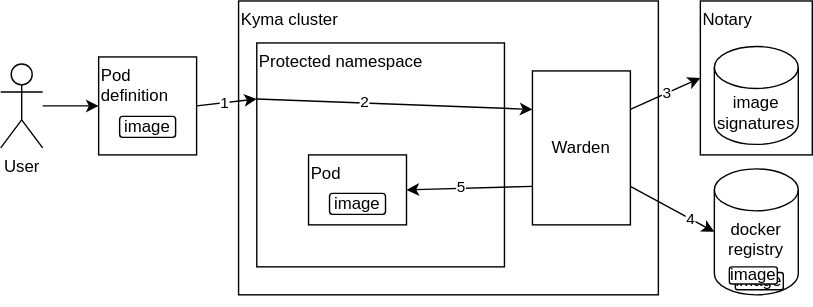
Earlier version of the draw.io export docs/assets/user_architecture.svg (kyma-project/warden). Source tidied: cells renumbered, new cells last; positions are measured from the earlier drawing's top-left corner, leaving out a move shared by most shapes. Its diagram source:
```xml
<mxGraphModel>
  <root>
    <mxCell id="0" />
    <mxCell id="1" parent="0" />
    <mxCell id="2" value="Kyma cluster" style="whiteSpace=wrap;html=1;align=left;verticalAlign=top;" parent="1" vertex="1">
      <mxGeometry x="170" width="300" height="210" as="geometry" />
    </mxCell>
    <mxCell id="3" value="User" style="shape=umlActor;verticalLabelPosition=bottom;verticalAlign=top;html=1;outlineConnect=0;" parent="1" vertex="1">
      <mxGeometry y="45" width="30" height="60" as="geometry" />
    </mxCell>
    <mxCell id="4" value="Protected namespace" style="rounded=0;whiteSpace=wrap;html=1;align=left;verticalAlign=top;" parent="1" vertex="1">
      <mxGeometry x="183" y="30" width="177" height="160" as="geometry" />
    </mxCell>
    <mxCell id="5" value="Warden" style="rounded=0;whiteSpace=wrap;html=1;" parent="1" vertex="1">
      <mxGeometry x="380" y="50" width="70" height="110" as="geometry" />
    </mxCell>
    <mxCell id="6" style="endArrow=classic;html=1;rounded=0;entryX=0;entryY=0.5;entryDx=0;entryDy=0;" parent="1" edge="1" source="3" target="21">
      <mxGeometry relative="1" as="geometry" />
    </mxCell>
    <mxCell id="7" style="endArrow=classic;html=1;rounded=0;entryX=0;entryY=0.25;entryDx=0;entryDy=0;exitX=1;exitY=0.5;exitDx=0;exitDy=0;" parent="1" edge="1" source="21" target="4">
      <mxGeometry relative="1" as="geometry" />
    </mxCell>
    <mxCell id="8" value="1" style="edgeLabel;html=1;align=center;verticalAlign=middle;" parent="7" vertex="1">
      <mxGeometry x="-0.11" relative="1" as="geometry" />
    </mxCell>
    <mxCell id="9" style="endArrow=classic;html=1;rounded=0;entryX=0;entryY=0.25;entryDx=0;entryDy=0;exitX=0;exitY=0.25;exitDx=0;exitDy=0;" parent="1" edge="1" source="4" target="5">
      <mxGeometry relative="1" as="geometry" />
    </mxCell>
    <mxCell id="10" value="2" style="edgeLabel;html=1;align=center;verticalAlign=middle;" parent="9" vertex="1">
      <mxGeometry x="-0.22" y="1" relative="1" as="geometry" />
    </mxCell>
    <mxCell id="11" style="endArrow=classic;html=1;rounded=0;entryX=0;entryY=0.5;entryDx=0;entryDy=0;exitX=1;exitY=0.25;exitDx=0;exitDy=0;" parent="1" edge="1" source="5" target="18">
      <mxGeometry relative="1" as="geometry" />
    </mxCell>
    <mxCell id="12" value="3" style="edgeLabel;html=1;align=center;verticalAlign=middle;" parent="11" vertex="1">
      <mxGeometry x="0.02" relative="1" as="geometry" />
    </mxCell>
    <mxCell id="13" style="endArrow=classic;html=1;rounded=0;entryX=1;entryY=0.5;entryDx=0;entryDy=0;exitX=0;exitY=0.75;exitDx=0;exitDy=0;" parent="1" edge="1" source="5" target="24">
      <mxGeometry relative="1" as="geometry" />
    </mxCell>
    <mxCell id="14" value="5" style="edgeLabel;html=1;align=center;verticalAlign=middle;" parent="13" vertex="1">
      <mxGeometry x="0.13" y="-1" relative="1" as="geometry" />
    </mxCell>
    <mxCell id="15" style="endArrow=classic;html=1;rounded=0;entryX=0;entryY=0.5;entryDx=0;entryDy=0;exitX=1;exitY=0.75;exitDx=0;exitDy=0;entryPerimeter=0;" parent="1" edge="1" source="5" target="27">
      <mxGeometry relative="1" as="geometry" />
    </mxCell>
    <mxCell id="16" value="4" style="edgeLabel;html=1;align=center;verticalAlign=middle;" parent="15" vertex="1">
      <mxGeometry x="0.43" relative="1" as="geometry" />
    </mxCell>
    <mxCell id="17" style="group;" parent="1" vertex="1">
      <mxGeometry x="500" width="80" height="110" as="geometry" />
    </mxCell>
    <mxCell id="18" value="Notary" style="rounded=0;whiteSpace=wrap;html=1;align=left;verticalAlign=top;" parent="17" vertex="1">
      <mxGeometry width="80" height="110" as="geometry" />
    </mxCell>
    <mxCell id="19" value="image signatures" style="shape=cylinder3;whiteSpace=wrap;html=1;boundedLbl=1;backgroundOutline=1;size=15;" parent="17" vertex="1">
      <mxGeometry x="10" y="32.5" width="60" height="70" as="geometry" />
    </mxCell>
    <mxCell id="20" style="group;" parent="1" vertex="1">
      <mxGeometry x="70" y="40" width="70" height="70" as="geometry" />
    </mxCell>
    <mxCell id="21" value="Pod definition" style="rounded=0;whiteSpace=wrap;html=1;align=left;verticalAlign=top;" parent="20" vertex="1">
      <mxGeometry width="70" height="70" as="geometry" />
    </mxCell>
    <mxCell id="22" value="image" style="rounded=1;whiteSpace=wrap;html=1;" parent="20" vertex="1">
      <mxGeometry x="15" y="42.5" width="40" height="15" as="geometry" />
    </mxCell>
    <mxCell id="23" style="group;" parent="1" vertex="1">
      <mxGeometry x="220" y="110" width="70" height="50" as="geometry" />
    </mxCell>
    <mxCell id="24" value="Pod" style="rounded=0;whiteSpace=wrap;html=1;align=left;verticalAlign=top;" parent="23" vertex="1">
      <mxGeometry width="70" height="50" as="geometry" />
    </mxCell>
    <mxCell id="25" value="image" style="rounded=1;whiteSpace=wrap;html=1;" parent="23" vertex="1">
      <mxGeometry x="15" y="27.5" width="40" height="15" as="geometry" />
    </mxCell>
    <mxCell id="26" style="group;" parent="1" vertex="1">
      <mxGeometry x="510" y="120" width="60" height="90" as="geometry" />
    </mxCell>
    <mxCell id="27" value="docker registry" style="shape=cylinder3;whiteSpace=wrap;html=1;boundedLbl=1;backgroundOutline=1;size=15;align=center;verticalAlign=top;" parent="26" vertex="1">
      <mxGeometry width="60" height="90" as="geometry" />
    </mxCell>
    <mxCell id="28" value="image" style="rounded=1;whiteSpace=wrap;html=1;" parent="26" vertex="1">
      <mxGeometry x="15" y="74.1" width="34.3" height="12.3" as="geometry" />
    </mxCell>
    <mxCell id="29" value="image" style="rounded=1;whiteSpace=wrap;html=1;" parent="26" vertex="1">
      <mxGeometry x="10.7" y="70" width="34.3" height="12.3" as="geometry" />
    </mxCell>
    <mxCell id="30" style="edgeStyle=orthogonalEdgeStyle;rounded=0;orthogonalLoop=1;jettySize=auto;html=1;exitX=0.5;exitY=1;exitDx=0;exitDy=0;" parent="1" edge="1" source="2" target="2">
      <mxGeometry relative="1" as="geometry" />
    </mxCell>
  </root>
</mxGraphModel>
```
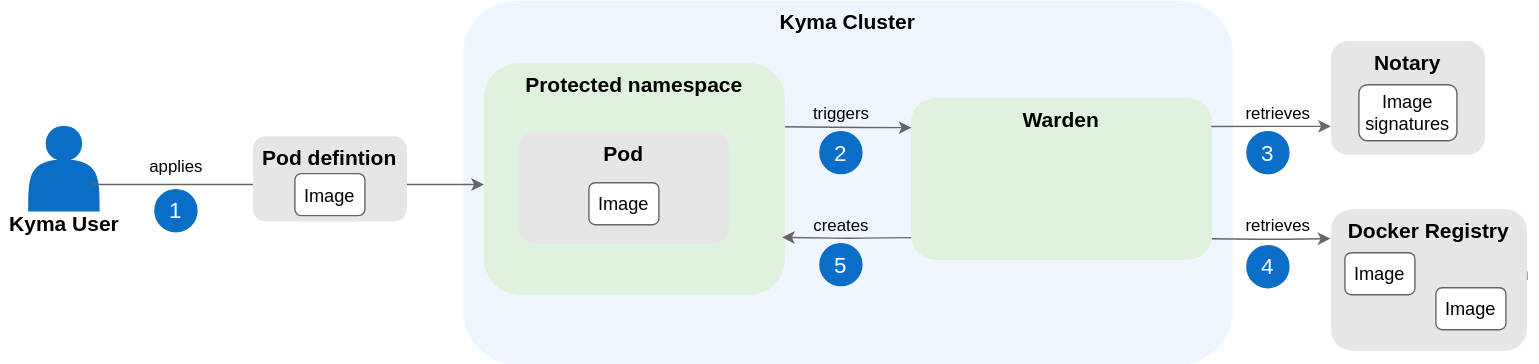
After the change.

The edit, as a diff of the source:
```diff
@@ -1,93 +1,135 @@
-<mxGraphModel>
+<mxGraphModel background="#FFFFFF">
   <root>
     <mxCell id="0" />
     <mxCell id="1" parent="0" />
-    <mxCell id="2" value="Kyma cluster" style="whiteSpace=wrap;html=1;align=left;verticalAlign=top;" parent="1" vertex="1">
-      <mxGeometry x="170" width="300" height="210" as="geometry" />
-    </mxCell>
-    <mxCell id="3" value="User" style="shape=umlActor;verticalLabelPosition=bottom;verticalAlign=top;html=1;outlineConnect=0;" parent="1" vertex="1">
-      <mxGeometry y="45" width="30" height="60" as="geometry" />
-    </mxCell>
+    <mxCell id="31" value="&lt;b style=&quot;color: rgb(0, 0, 0); font-size: 15px;&quot;&gt;&lt;font style=&quot;font-size: 15px;&quot;&gt;Kyma Cluster&lt;br style=&quot;font-size: 15px;&quot;&gt;&lt;/font&gt;&lt;/b&gt;" style="rounded=1;whiteSpace=wrap;html=1;fillColor=#F0F6FF;strokeColor=none;fontColor=#333333;verticalAlign=top;fontSize=15;" parent="1" vertex="1">
+      <mxGeometry x="60" y="-120" width="550" height="260" as="geometry" />
+    </mxCell>
+    <mxCell id="32" style="group;" parent="1" vertex="1">
+      <mxGeometry x="-270" y="-30" width="90" height="79" as="geometry" />
+    </mxCell>
+    <mxCell id="33" style="shape=actor;whiteSpace=wrap;html=1;fillColor=#0A6EC7;strokeColor=#0A6EC7;" parent="32" vertex="1">
+      <mxGeometry x="20" width="50" height="60" as="geometry" />
+    </mxCell>
+    <mxCell id="34" value="&lt;font style=&quot;font-size: 15px&quot;&gt;&lt;b&gt;Kyma User&lt;/b&gt;&lt;/font&gt;" style="text;html=1;align=center;verticalAlign=middle;fontSize=15;" parent="32" vertex="1">
+      <mxGeometry y="59" width="90" height="20" as="geometry" />
+    </mxCell>
-    <mxCell id="4" value="Protected namespace" style="rounded=0;whiteSpace=wrap;html=1;align=left;verticalAlign=top;" parent="1" vertex="1">
-      <mxGeometry x="183" y="30" width="177" height="160" as="geometry" />
+    <mxCell id="4" value="&lt;b style=&quot;color: rgb(0, 0, 0); font-size: 15px;&quot;&gt;Protected namespace&lt;br style=&quot;font-size: 15px;&quot;&gt;&lt;/b&gt;" style="rounded=1;whiteSpace=wrap;html=1;dashed=1;fillColor=#DEF2DD;strokeColor=none;verticalAlign=top;fontSize=15;" parent="1" vertex="1">
+      <mxGeometry x="75" y="-75.5" width="215" height="165.5" as="geometry" />
     </mxCell>
+    <mxCell id="24" value="&lt;b style=&quot;color: rgb(0, 0, 0); font-size: 15px;&quot;&gt;&lt;font style=&quot;font-size: 15px;&quot;&gt;Pod&lt;/font&gt;&lt;/b&gt;" style="rounded=1;whiteSpace=wrap;html=1;fillColor=#e6e6e6;strokeColor=none;fontColor=#333333;verticalAlign=top;fontSize=15;" parent="1" vertex="1">
+      <mxGeometry x="100" y="-26.5" width="150" height="80" as="geometry" />
+    </mxCell>
+    <mxCell id="10" value="&lt;font style=&quot;font-size: 16px&quot;&gt;2&lt;/font&gt;" style="ellipse;whiteSpace=wrap;html=1;labelBackgroundColor=#0A6ED1;fontColor=#FFFFFF;fillColor=#0A6EC7;strokeColor=#0A6EC7;" parent="1" vertex="1">
+      <mxGeometry x="315" y="-26.5" width="30" height="30" as="geometry" />
+    </mxCell>
+    <mxCell id="12" value="&lt;font style=&quot;font-size: 16px&quot;&gt;3&lt;/font&gt;" style="ellipse;whiteSpace=wrap;html=1;labelBackgroundColor=#0A6ED1;fontColor=#FFFFFF;fillColor=#0A6EC7;strokeColor=#0A6EC7;" parent="1" vertex="1">
+      <mxGeometry x="620" y="-26.5" width="30" height="30" as="geometry" />
+    </mxCell>
+    <mxCell id="35" style="edgeStyle=orthogonalEdgeStyle;rounded=1;jettySize=auto;html=1;strokeColor=#666666;exitX=1;exitY=0.5;exitDx=0;exitDy=0;" parent="1" edge="1" source="18">
+      <mxGeometry relative="1" as="geometry">
+        <mxPoint x="745" y="-49.7" as="targetPoint" />
+        <Array as="points">
+          <mxPoint x="740" y="-50" />
+          <mxPoint x="740" y="-50" />
+        </Array>
+      </mxGeometry>
+    </mxCell>
+    <mxCell id="8" value="&lt;font style=&quot;font-size: 16px&quot;&gt;1&lt;/font&gt;" style="ellipse;whiteSpace=wrap;html=1;labelBackgroundColor=#0A6ED1;fontColor=#FFFFFF;fillColor=#0A6EC7;strokeColor=#0A6EC7;" parent="1" vertex="1">
+      <mxGeometry x="-160" y="15" width="30" height="30" as="geometry" />
+    </mxCell>
+    <mxCell id="36" style="edgeStyle=orthogonalEdgeStyle;rounded=1;orthogonalLoop=1;jettySize=auto;html=1;startArrow=none;startFill=0;endArrow=classic;endFill=1;strokeColor=#666666;exitX=0.961;exitY=0.623;exitDx=0;exitDy=0;exitPerimeter=0;" parent="1" edge="1">
+      <mxGeometry relative="1" as="geometry">
+        <mxPoint x="-204.9" y="8.7" as="sourcePoint" />
+        <mxPoint x="75" y="11.3" as="targetPoint" />
+        <Array as="points">
+          <mxPoint x="-205" y="11" />
+          <mxPoint x="75" y="11" />
+        </Array>
+      </mxGeometry>
+    </mxCell>
+    <mxCell id="37" value="applies" style="edgeLabel;html=1;align=center;verticalAlign=middle;labelBackgroundColor=none;fontSize=12;" parent="36" vertex="1">
+      <mxGeometry x="0.35" y="-4" relative="1" as="geometry">
+        <mxPoint x="-129" y="-17" as="offset" />
+      </mxGeometry>
+    </mxCell>
+    <mxCell id="38" value="&lt;b style=&quot;color: rgb(0, 0, 0); font-size: 15px;&quot;&gt;&lt;font style=&quot;font-size: 15px;&quot;&gt;Pod defintion&lt;/font&gt;&lt;/b&gt;" style="rounded=1;whiteSpace=wrap;html=1;fillColor=#e6e6e6;strokeColor=none;fontColor=#333333;verticalAlign=top;fontSize=15;" parent="1" vertex="1">
+      <mxGeometry x="-90" y="-23.2" width="110" height="61" as="geometry" />
+    </mxCell>
+    <mxCell id="39" value="Image" style="rounded=1;whiteSpace=wrap;html=1;fontSize=13;strokeColor=#666666;" parent="1" vertex="1">
+      <mxGeometry x="-60" y="3.5" width="50" height="30" as="geometry" />
+    </mxCell>
+    <mxCell id="40" value="Image" style="rounded=1;whiteSpace=wrap;html=1;fontSize=13;strokeColor=#666666;" parent="1" vertex="1">
+      <mxGeometry x="150" y="10" width="50" height="30" as="geometry" />
+    </mxCell>
-    <mxCell id="5" value="Warden" style="rounded=0;whiteSpace=wrap;html=1;" parent="1" vertex="1">
-      <mxGeometry x="380" y="50" width="70" height="110" as="geometry" />
+    <mxCell id="5" value="&lt;b style=&quot;color: rgb(0, 0, 0); font-size: 15px;&quot;&gt;Warden&lt;br style=&quot;font-size: 15px;&quot;&gt;&lt;/b&gt;" style="rounded=1;whiteSpace=wrap;html=1;dashed=1;fillColor=#DEF2DD;strokeColor=none;verticalAlign=top;fontSize=15;" parent="1" vertex="1">
+      <mxGeometry x="380" y="-50.5" width="215" height="115.5" as="geometry" />
     </mxCell>
-    <mxCell id="6" style="endArrow=classic;html=1;rounded=0;entryX=0;entryY=0.5;entryDx=0;entryDy=0;" parent="1" edge="1" source="3" target="21">
-      <mxGeometry relative="1" as="geometry" />
-    </mxCell>
-    <mxCell id="7" style="endArrow=classic;html=1;rounded=0;entryX=0;entryY=0.25;entryDx=0;entryDy=0;exitX=1;exitY=0.5;exitDx=0;exitDy=0;" parent="1" edge="1" source="21" target="4">
-      <mxGeometry relative="1" as="geometry" />
-    </mxCell>
-    <mxCell id="8" value="1" style="edgeLabel;html=1;align=center;verticalAlign=middle;" parent="7" vertex="1">
-      <mxGeometry x="-0.11" relative="1" as="geometry" />
-    </mxCell>
-    <mxCell id="9" style="endArrow=classic;html=1;rounded=0;entryX=0;entryY=0.25;entryDx=0;entryDy=0;exitX=0;exitY=0.25;exitDx=0;exitDy=0;" parent="1" edge="1" source="4" target="5">
-      <mxGeometry relative="1" as="geometry" />
-    </mxCell>
-    <mxCell id="10" value="2" style="edgeLabel;html=1;align=center;verticalAlign=middle;" parent="9" vertex="1">
-      <mxGeometry x="-0.22" y="1" relative="1" as="geometry" />
-    </mxCell>
-    <mxCell id="11" style="endArrow=classic;html=1;rounded=0;entryX=0;entryY=0.5;entryDx=0;entryDy=0;exitX=1;exitY=0.25;exitDx=0;exitDy=0;" parent="1" edge="1" source="5" target="18">
+    <mxCell id="11" style="edgeStyle=orthogonalEdgeStyle;rounded=1;jettySize=auto;html=1;strokeColor=#666666;exitX=0.998;exitY=0.176;exitDx=0;exitDy=0;exitPerimeter=0;entryX=0;entryY=0.75;entryDx=0;entryDy=0;" parent="1" edge="1" source="5" target="18">
       <mxGeometry relative="1" as="geometry" />
     </mxCell>
-    <mxCell id="12" value="3" style="edgeLabel;html=1;align=center;verticalAlign=middle;" parent="11" vertex="1">
-      <mxGeometry x="0.02" relative="1" as="geometry" />
-    </mxCell>
-    <mxCell id="13" style="endArrow=classic;html=1;rounded=0;entryX=1;entryY=0.5;entryDx=0;entryDy=0;exitX=0;exitY=0.75;exitDx=0;exitDy=0;" parent="1" edge="1" source="5" target="24">
-      <mxGeometry relative="1" as="geometry" />
-    </mxCell>
+    <mxCell id="18" value="&lt;b style=&quot;color: rgb(0, 0, 0); font-size: 15px;&quot;&gt;&lt;font style=&quot;font-size: 15px;&quot;&gt;Notary&lt;/font&gt;&lt;/b&gt;" style="rounded=1;whiteSpace=wrap;html=1;fillColor=#e6e6e6;strokeColor=none;fontColor=#333333;verticalAlign=top;fontSize=15;" parent="1" vertex="1">
+      <mxGeometry x="680" y="-91" width="110" height="81" as="geometry" />
+    </mxCell>
+    <mxCell id="41" value="Image signatures" style="rounded=1;whiteSpace=wrap;html=1;fontSize=13;strokeColor=#666666;" parent="1" vertex="1">
+      <mxGeometry x="700" y="-60" width="70" height="40" as="geometry" />
+    </mxCell>
+    <mxCell id="42" style="edgeStyle=orthogonalEdgeStyle;rounded=1;jettySize=auto;html=1;strokeColor=#666666;exitX=1;exitY=0.5;exitDx=0;exitDy=0;" parent="1" edge="1" source="43">
+      <mxGeometry relative="1" as="geometry">
+        <mxPoint x="745" y="70.3" as="targetPoint" />
+        <Array as="points">
+          <mxPoint x="740" y="70" />
+          <mxPoint x="740" y="70" />
+        </Array>
+      </mxGeometry>
+    </mxCell>
+    <mxCell id="43" value="&lt;b style=&quot;color: rgb(0, 0, 0); font-size: 15px;&quot;&gt;&lt;font style=&quot;font-size: 15px;&quot;&gt;Docker Registry&lt;/font&gt;&lt;/b&gt;" style="rounded=1;whiteSpace=wrap;html=1;fillColor=#e6e6e6;strokeColor=none;fontColor=#333333;verticalAlign=top;fontSize=15;" parent="1" vertex="1">
+      <mxGeometry x="680" y="29" width="140" height="101" as="geometry" />
+    </mxCell>
+    <mxCell id="44" value="Image" style="rounded=1;whiteSpace=wrap;html=1;fontSize=13;strokeColor=#666666;" parent="1" vertex="1">
+      <mxGeometry x="690" y="60" width="50" height="30" as="geometry" />
+    </mxCell>
+    <mxCell id="45" value="Image" style="rounded=1;whiteSpace=wrap;html=1;fontSize=13;strokeColor=#666666;" parent="1" vertex="1">
+      <mxGeometry x="755" y="85" width="50" height="30" as="geometry" />
+    </mxCell>
+    <mxCell id="46" style="edgeStyle=orthogonalEdgeStyle;rounded=1;jettySize=auto;html=1;strokeColor=#666666;exitX=0.998;exitY=0.176;exitDx=0;exitDy=0;exitPerimeter=0;entryX=-0.003;entryY=0.207;entryDx=0;entryDy=0;entryPerimeter=0;" parent="1" edge="1" target="43">
+      <mxGeometry relative="1" as="geometry">
+        <mxPoint x="595" y="50" as="sourcePoint" />
+      </mxGeometry>
+    </mxCell>
+    <mxCell id="47" style="edgeStyle=orthogonalEdgeStyle;rounded=1;orthogonalLoop=1;jettySize=auto;html=1;strokeColor=#666666;exitX=0.998;exitY=0.176;exitDx=0;exitDy=0;exitPerimeter=0;entryX=0.002;entryY=0.475;entryDx=0;entryDy=0;entryPerimeter=0;" parent="1" edge="1">
+      <mxGeometry relative="1" as="geometry">
+        <mxPoint x="290" y="-30" as="sourcePoint" />
+        <mxPoint x="380.4" y="-29.3" as="targetPoint" />
+      </mxGeometry>
+    </mxCell>
+    <mxCell id="48" value="triggers" style="edgeLabel;html=1;align=center;verticalAlign=middle;labelBackgroundColor=none;fontSize=12;" parent="1" vertex="1">
+      <mxGeometry x="330" y="-40" as="geometry" />
+    </mxCell>
+    <mxCell id="49" value="retrieves" style="edgeLabel;html=1;align=center;verticalAlign=middle;labelBackgroundColor=none;fontSize=12;" parent="1" vertex="1">
+      <mxGeometry x="620" y="-40" as="geometry">
+        <mxPoint x="22" as="offset" />
+      </mxGeometry>
+    </mxCell>
+    <mxCell id="16" value="&lt;font style=&quot;font-size: 16px&quot;&gt;4&lt;/font&gt;" style="ellipse;whiteSpace=wrap;html=1;labelBackgroundColor=#0A6ED1;fontColor=#FFFFFF;fillColor=#0A6EC7;strokeColor=#0A6EC7;" parent="1" vertex="1">
+      <mxGeometry x="620" y="55" width="30" height="30" as="geometry" />
+    </mxCell>
+    <mxCell id="50" value="retrieves" style="edgeLabel;html=1;align=center;verticalAlign=middle;labelBackgroundColor=none;fontSize=12;" parent="1" vertex="1">
+      <mxGeometry x="620" y="40" as="geometry">
+        <mxPoint x="22" as="offset" />
+      </mxGeometry>
+    </mxCell>
+    <mxCell id="51" style="edgeStyle=orthogonalEdgeStyle;rounded=1;orthogonalLoop=1;jettySize=auto;html=1;strokeColor=#666666;exitX=0.007;exitY=0.735;exitDx=0;exitDy=0;exitPerimeter=0;entryX=0.997;entryY=0.663;entryDx=0;entryDy=0;entryPerimeter=0;" parent="1" edge="1">
+      <mxGeometry relative="1" as="geometry">
+        <mxPoint x="380.1" y="49.2" as="sourcePoint" />
+        <mxPoint x="288" y="49" as="targetPoint" />
+      </mxGeometry>
+    </mxCell>
+    <mxCell id="52" value="creates" style="edgeLabel;html=1;align=center;verticalAlign=middle;labelBackgroundColor=none;fontSize=12;" parent="1" vertex="1">
+      <mxGeometry x="330" y="40" as="geometry" />
+    </mxCell>
-    <mxCell id="14" value="5" style="edgeLabel;html=1;align=center;verticalAlign=middle;" parent="13" vertex="1">
-      <mxGeometry x="0.13" y="-1" relative="1" as="geometry" />
+    <mxCell id="14" value="&lt;font style=&quot;font-size: 16px&quot;&gt;5&lt;/font&gt;" style="ellipse;whiteSpace=wrap;html=1;labelBackgroundColor=#0A6ED1;fontColor=#FFFFFF;fillColor=#0A6EC7;strokeColor=#0A6EC7;" parent="1" vertex="1">
+      <mxGeometry x="315" y="53.5" width="30" height="30" as="geometry" />
     </mxCell>
-    <mxCell id="15" style="endArrow=classic;html=1;rounded=0;entryX=0;entryY=0.5;entryDx=0;entryDy=0;exitX=1;exitY=0.75;exitDx=0;exitDy=0;entryPerimeter=0;" parent="1" edge="1" source="5" target="27">
-      <mxGeometry relative="1" as="geometry" />
-    </mxCell>
-    <mxCell id="16" value="4" style="edgeLabel;html=1;align=center;verticalAlign=middle;" parent="15" vertex="1">
-      <mxGeometry x="0.43" relative="1" as="geometry" />
-    </mxCell>
-    <mxCell id="17" style="group;" parent="1" vertex="1">
-      <mxGeometry x="500" width="80" height="110" as="geometry" />
-    </mxCell>
-    <mxCell id="18" value="Notary" style="rounded=0;whiteSpace=wrap;html=1;align=left;verticalAlign=top;" parent="17" vertex="1">
-      <mxGeometry width="80" height="110" as="geometry" />
-    </mxCell>
-    <mxCell id="19" value="image signatures" style="shape=cylinder3;whiteSpace=wrap;html=1;boundedLbl=1;backgroundOutline=1;size=15;" parent="17" vertex="1">
-      <mxGeometry x="10" y="32.5" width="60" height="70" as="geometry" />
-    </mxCell>
-    <mxCell id="20" style="group;" parent="1" vertex="1">
-      <mxGeometry x="70" y="40" width="70" height="70" as="geometry" />
-    </mxCell>
-    <mxCell id="21" value="Pod definition" style="rounded=0;whiteSpace=wrap;html=1;align=left;verticalAlign=top;" parent="20" vertex="1">
-      <mxGeometry width="70" height="70" as="geometry" />
-    </mxCell>
-    <mxCell id="22" value="image" style="rounded=1;whiteSpace=wrap;html=1;" parent="20" vertex="1">
-      <mxGeometry x="15" y="42.5" width="40" height="15" as="geometry" />
-    </mxCell>
-    <mxCell id="23" style="group;" parent="1" vertex="1">
-      <mxGeometry x="220" y="110" width="70" height="50" as="geometry" />
-    </mxCell>
-    <mxCell id="24" value="Pod" style="rounded=0;whiteSpace=wrap;html=1;align=left;verticalAlign=top;" parent="23" vertex="1">
-      <mxGeometry width="70" height="50" as="geometry" />
-    </mxCell>
-    <mxCell id="25" value="image" style="rounded=1;whiteSpace=wrap;html=1;" parent="23" vertex="1">
-      <mxGeometry x="15" y="27.5" width="40" height="15" as="geometry" />
-    </mxCell>
-    <mxCell id="26" style="group;" parent="1" vertex="1">
-      <mxGeometry x="510" y="120" width="60" height="90" as="geometry" />
-    </mxCell>
-    <mxCell id="27" value="docker registry" style="shape=cylinder3;whiteSpace=wrap;html=1;boundedLbl=1;backgroundOutline=1;size=15;align=center;verticalAlign=top;" parent="26" vertex="1">
-      <mxGeometry width="60" height="90" as="geometry" />
-    </mxCell>
-    <mxCell id="28" value="image" style="rounded=1;whiteSpace=wrap;html=1;" parent="26" vertex="1">
-      <mxGeometry x="15" y="74.1" width="34.3" height="12.3" as="geometry" />
-    </mxCell>
-    <mxCell id="29" value="image" style="rounded=1;whiteSpace=wrap;html=1;" parent="26" vertex="1">
-      <mxGeometry x="10.7" y="70" width="34.3" height="12.3" as="geometry" />
-    </mxCell>
-    <mxCell id="30" style="edgeStyle=orthogonalEdgeStyle;rounded=0;orthogonalLoop=1;jettySize=auto;html=1;exitX=0.5;exitY=1;exitDx=0;exitDy=0;" parent="1" edge="1" source="2" target="2">
-      <mxGeometry relative="1" as="geometry" />
-    </mxCell>
   </root>
 </mxGraphModel>
```
